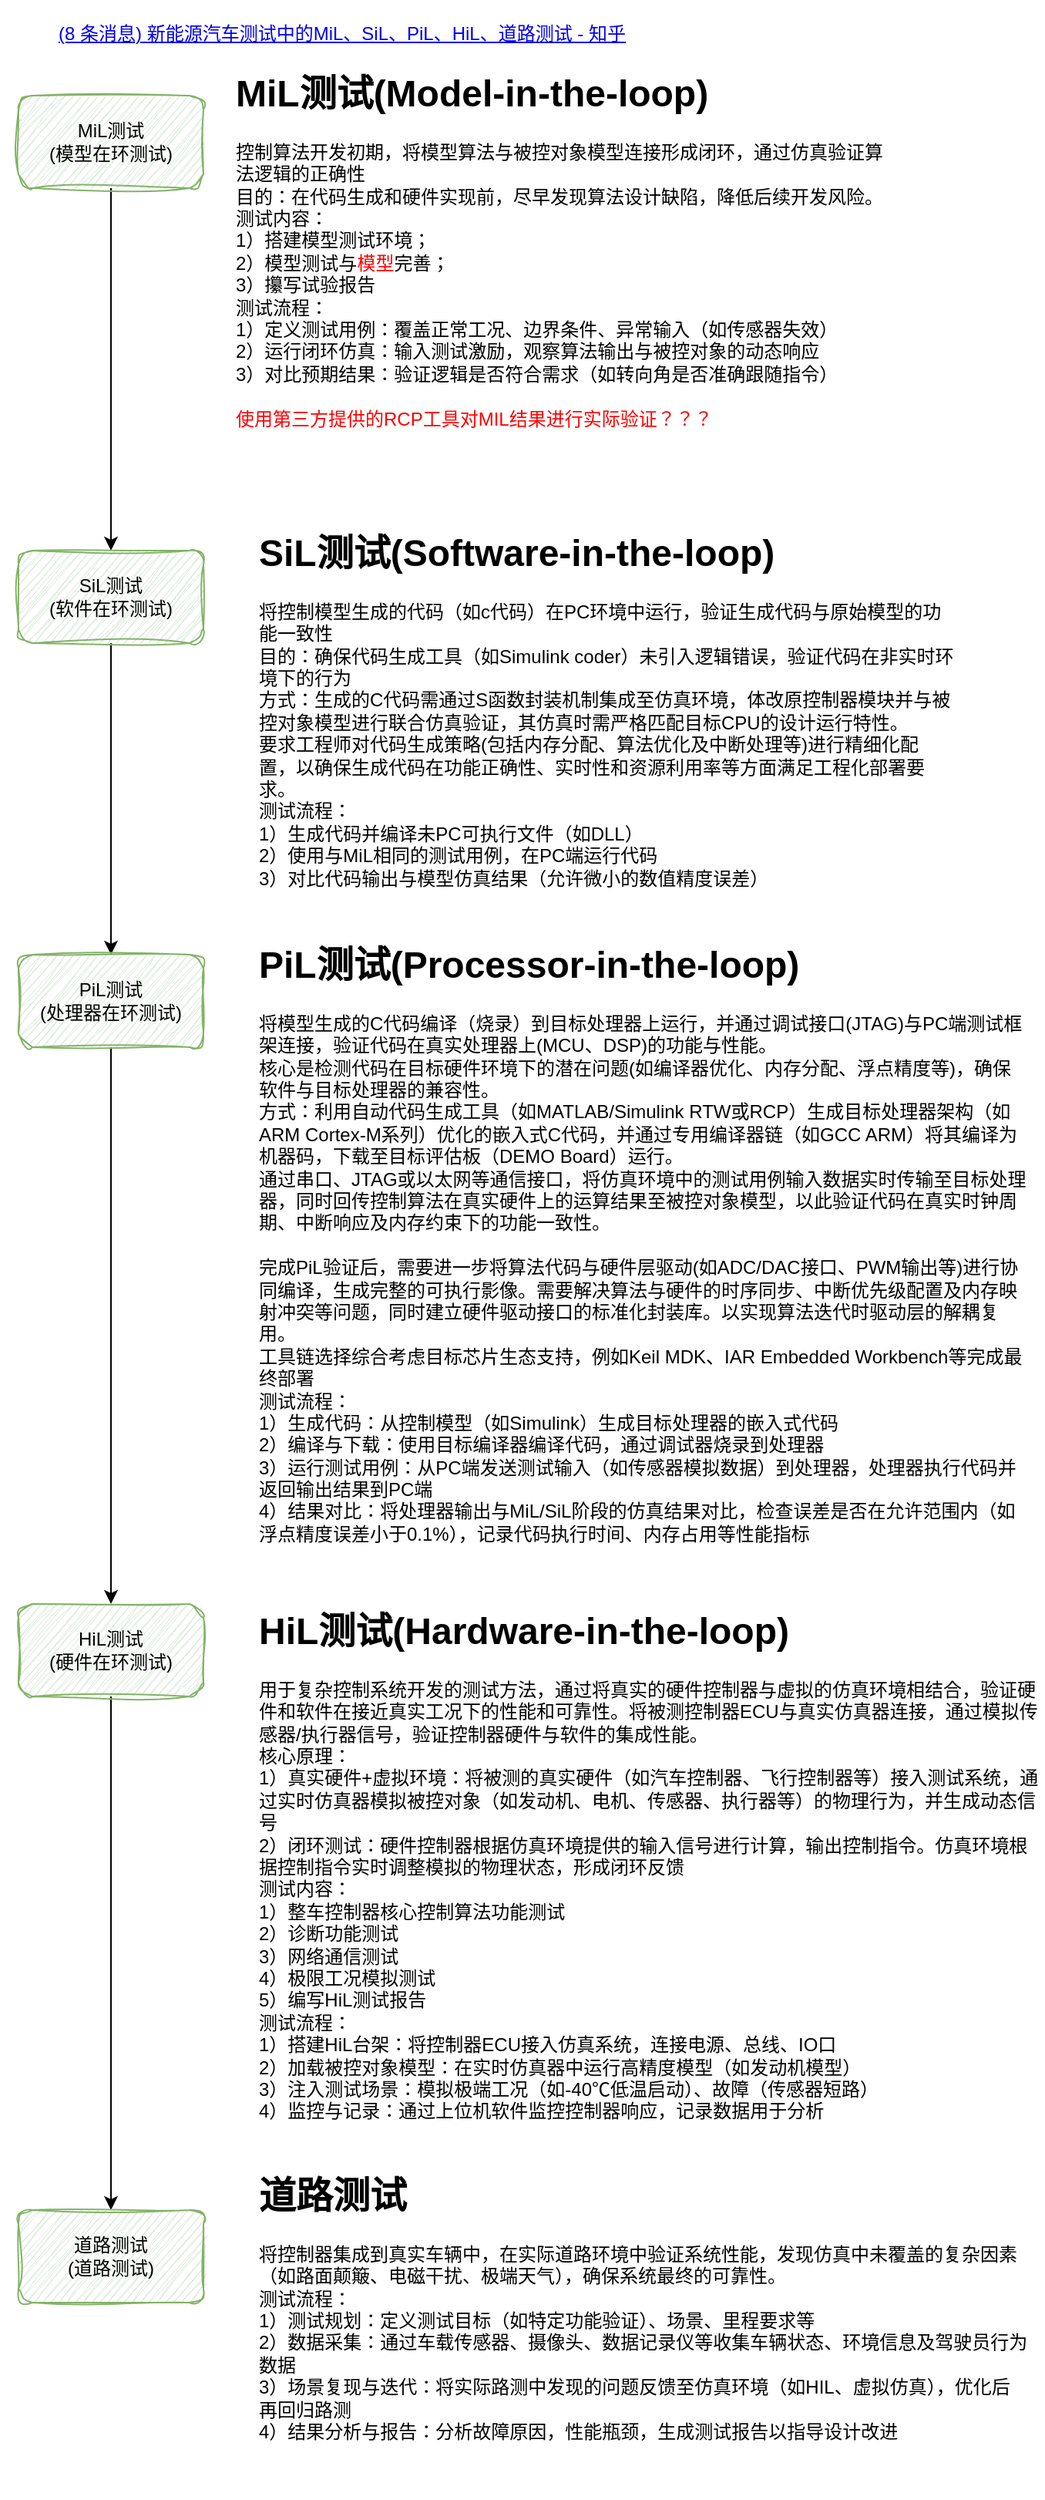
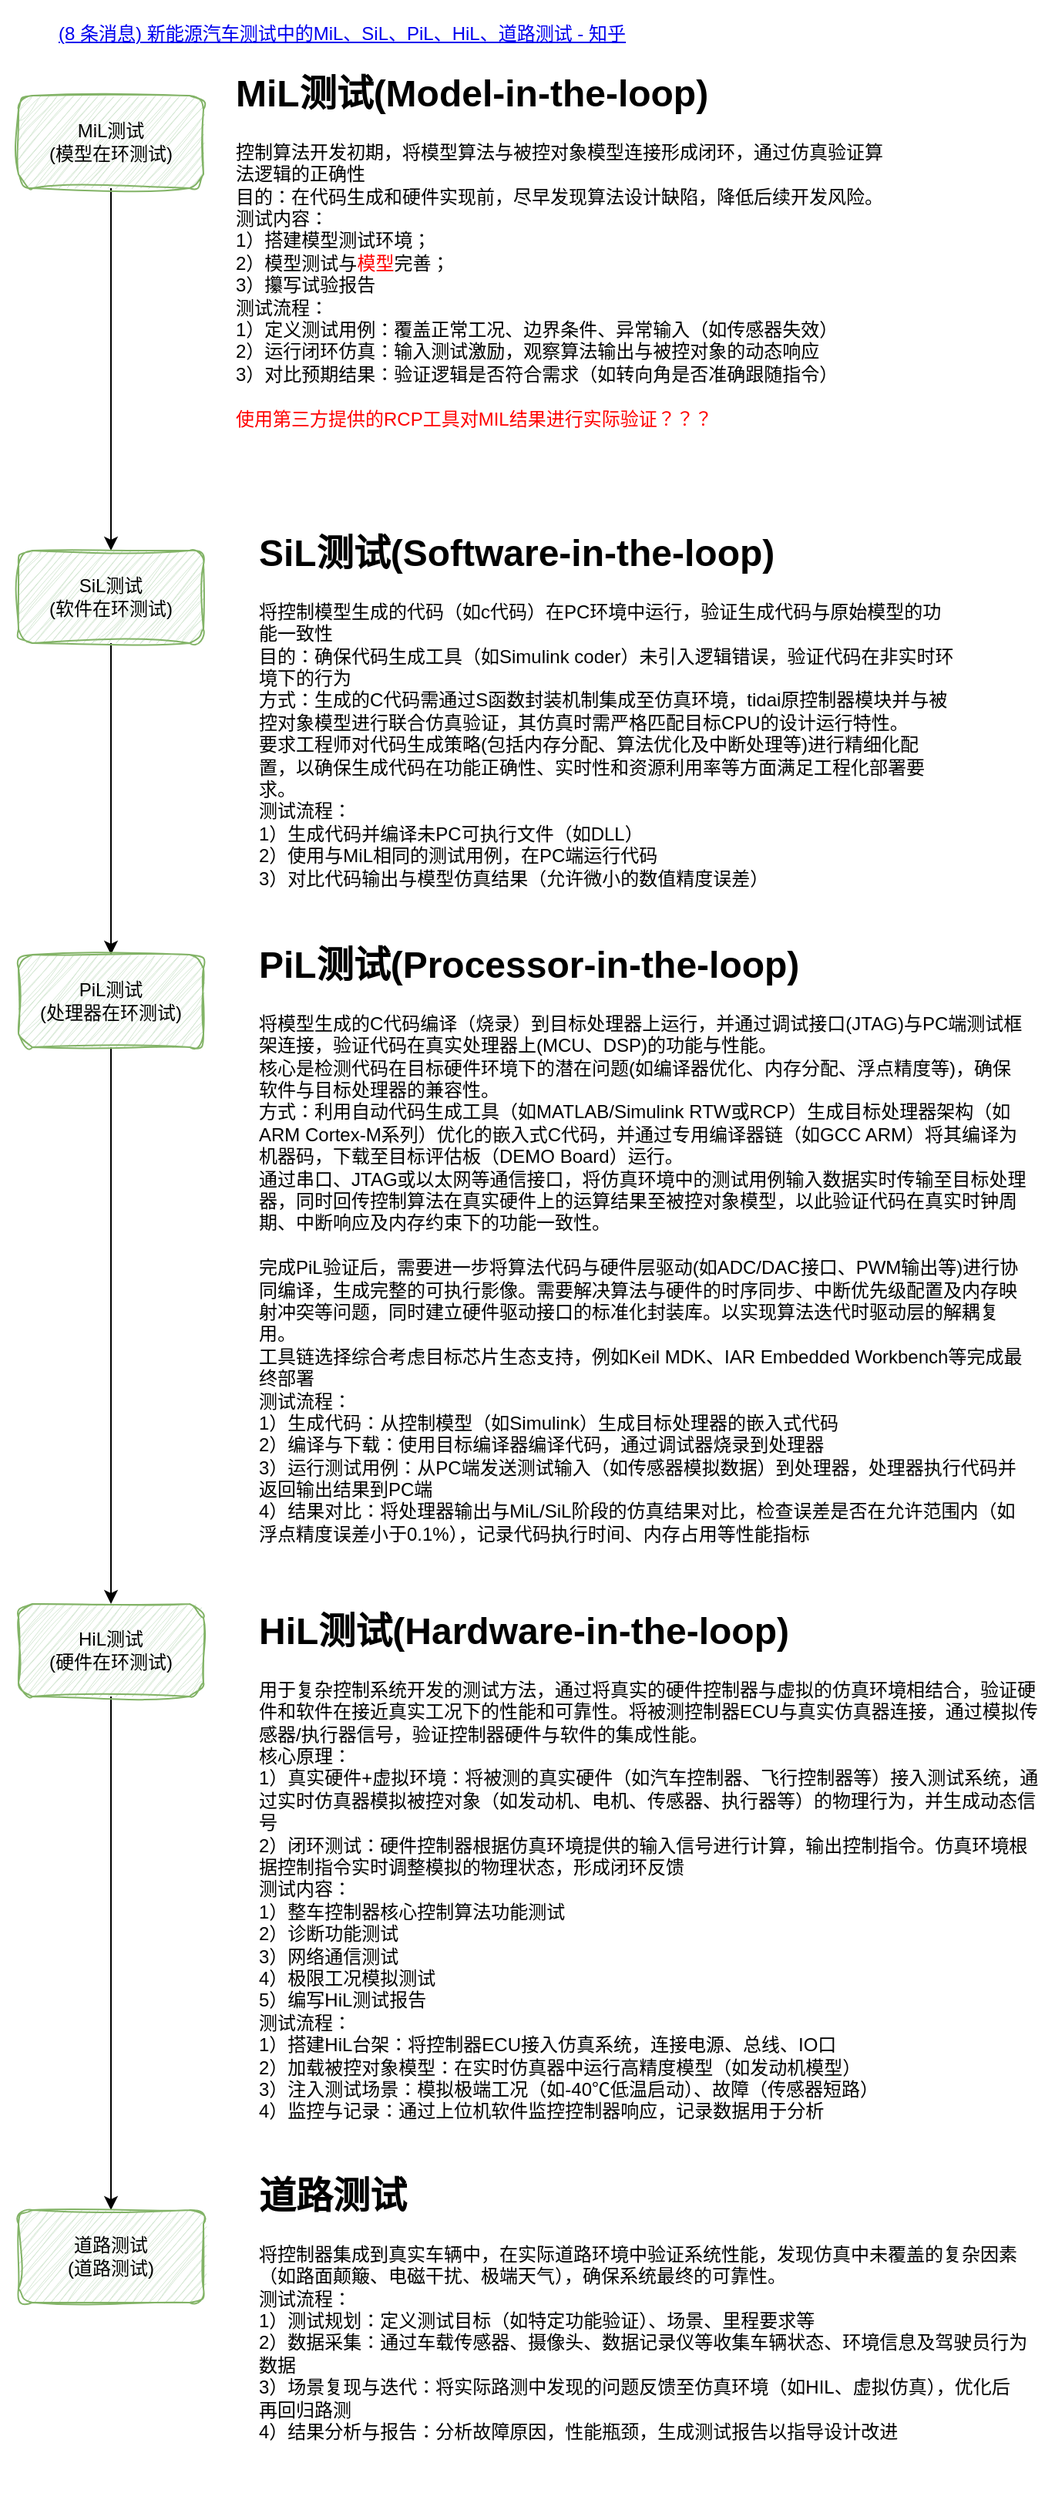
<mxfile host="app.diagrams.net">
  <diagram name="第 1 页" id="SPJzrtFJ2h2y-7jRp7m4">
    <mxGraphModel dx="754" dy="1139" grid="0" gridSize="10" guides="1" tooltips="1" connect="1" arrows="1" fold="1" page="1" pageScale="1" pageWidth="827" pageHeight="1169" math="0" shadow="0">
      <root>
        <mxCell id="0" />
        <mxCell id="1" parent="0" />
        <mxCell id="-b37v0VHe5EqFnSivpbF-16" edge="1" parent="1" source="mNEA2bSVfQqrhph_DYo6-2" style="edgeStyle=orthogonalEdgeStyle;rounded=0;orthogonalLoop=1;jettySize=auto;html=1;exitX=0.5;exitY=1;exitDx=0;exitDy=0;fontFamily=Helvetica;fontSize=12;fontColor=default;" target="mNEA2bSVfQqrhph_DYo6-3">
          <mxGeometry relative="1" as="geometry" />
        </mxCell>
        <mxCell id="mNEA2bSVfQqrhph_DYo6-2" parent="1" style="rounded=1;whiteSpace=wrap;html=1;sketch=1;curveFitting=1;jiggle=2;fillColor=#d5e8d4;strokeColor=#82b366;" value="MiL测试&lt;div&gt;(模型在环测试)&lt;/div&gt;" vertex="1">
          <mxGeometry height="60" width="120" x="41" y="240" as="geometry" />
        </mxCell>
        <mxCell id="-b37v0VHe5EqFnSivpbF-17" edge="1" parent="1" source="mNEA2bSVfQqrhph_DYo6-3" style="edgeStyle=orthogonalEdgeStyle;rounded=0;orthogonalLoop=1;jettySize=auto;html=1;exitX=0.5;exitY=1;exitDx=0;exitDy=0;fontFamily=Helvetica;fontSize=12;fontColor=default;" target="-b37v0VHe5EqFnSivpbF-9">
          <mxGeometry relative="1" as="geometry" />
        </mxCell>
        <mxCell id="mNEA2bSVfQqrhph_DYo6-3" parent="1" style="rounded=1;whiteSpace=wrap;html=1;sketch=1;curveFitting=1;jiggle=2;fillColor=#d5e8d4;strokeColor=#82b366;" value="SiL测试&lt;div&gt;(软件在环测试)&lt;/div&gt;" vertex="1">
          <mxGeometry height="60" width="120" x="41" y="535" as="geometry" />
        </mxCell>
        <UserObject label="&#xa;&lt;a href=&quot;https://zhuanlan.zhihu.com/p/1903753229029839860&quot;&gt;(8 条消息) 新能源汽车测试中的MiL、SiL、PiL、HiL、道路测试 - 知乎&lt;/a&gt;&#xa;&#xa;" link="&#xa;&lt;a href=&quot;https://zhuanlan.zhihu.com/p/1903753229029839860&quot;&gt;(8 条消息) 新能源汽车测试中的MiL、SiL、PiL、HiL、道路测试 - 知乎&lt;/a&gt;&#xa;&#xa;" id="-b37v0VHe5EqFnSivpbF-1">
          <mxCell parent="1" style="text;html=1;whiteSpace=wrap;strokeColor=none;fillColor=none;align=center;verticalAlign=middle;rounded=0;fontFamily=Helvetica;fontSize=12;fontColor=default;" vertex="1">
            <mxGeometry height="6" width="444" x="29" y="204" as="geometry" />
          </mxCell>
        </UserObject>
        <mxCell id="-b37v0VHe5EqFnSivpbF-7" parent="1" style="text;html=1;whiteSpace=wrap;overflow=hidden;rounded=0;fontFamily=Helvetica;fontSize=12;fontColor=default;" value="&lt;h1 style=&quot;margin-top: 0px;&quot;&gt;MiL测试(Model-in-the-loop)&lt;br&gt;&lt;/h1&gt;&lt;div&gt;控制算法开发初期，将模型算法与被控对象模型连接形成闭环，通过仿真验证算法逻辑的正确性&lt;/div&gt;&lt;div&gt;目的：在代码生成和硬件实现前，尽早发现算法设计缺陷，降低后续开发风险。&lt;/div&gt;&lt;div&gt;测试内容：&lt;/div&gt;&lt;div&gt;1）搭建模型测试环境；&lt;/div&gt;&lt;div&gt;2）模型测试与&lt;font style=&quot;color: rgb(255, 0, 0);&quot;&gt;模型&lt;/font&gt;完善；&lt;/div&gt;&lt;div&gt;3）攥写试验报告&lt;/div&gt;&lt;div&gt;测试流程：&lt;/div&gt;&lt;div&gt;1）定义测试用例：覆盖正常工况、边界条件、异常输入（如传感器失效）&lt;/div&gt;&lt;div&gt;2）运行闭环仿真：输入测试激励，观察算法输出与被控对象的动态响应&lt;br&gt;&lt;/div&gt;&lt;div&gt;3）对比预期结果：验证逻辑是否符合需求（如转向角是否准确跟随指令）&lt;br&gt;&lt;/div&gt;&lt;div&gt;&lt;br&gt;&lt;/div&gt;&lt;div&gt;&lt;font style=&quot;color: rgb(255, 0, 0);&quot;&gt;使用第三方提供的RCP工具对MIL结果进行实际验证？？？&lt;/font&gt;&lt;/div&gt;" vertex="1">
          <mxGeometry height="281.5" width="424" x="180" y="217.5" as="geometry" />
        </mxCell>
-         <mxCell id="-b37v0VHe5EqFnSivpbF-8" parent="1" style="text;html=1;whiteSpace=wrap;overflow=hidden;rounded=0;fontFamily=Helvetica;fontSize=12;fontColor=default;" value="&lt;h1 style=&quot;margin-top: 0px;&quot;&gt;SiL测试(Software-in-the-loop)&lt;/h1&gt;&lt;div&gt;将控制模型生成的代码（如c代码）在PC环境中运行，验证生成代码与原始模型的功能一致性&lt;/div&gt;&lt;div&gt;目的：确保代码生成工具（如Simulink coder）未引入逻辑错误，验证代码在非实时环境下的行为&lt;/div&gt;&lt;div&gt;方式：生成的C代码需通过S函数封装机制集成至仿真环境，体改原控制器模块并与被控对象模型进行联合仿真验证，其仿真时需严格匹配目标CPU的设计运行特性。&lt;/div&gt;&lt;div&gt;要求工程师对代码生成策略(包括内存分配、算法优化及中断处理等)进行精细化配置，以确保生成代码在功能正确性、实时性和资源利用率等方面满足工程化部署要求。&lt;/div&gt;&lt;div&gt;测试流程：&lt;/div&gt;&lt;div&gt;1）生成代码并编译未PC可执行文件（如DLL）&lt;/div&gt;&lt;div&gt;2）使用与MiL相同的测试用例，在PC端运行代码&lt;/div&gt;&lt;div&gt;3）对比代码输出与模型仿真结果（允许微小的数值精度误差）&lt;/div&gt;&lt;div&gt;&lt;br&gt;&lt;/div&gt;&lt;div&gt;&lt;br&gt;&lt;/div&gt;&lt;div&gt;&lt;br&gt;&lt;/div&gt;&lt;div&gt;&lt;br&gt;&lt;/div&gt;" vertex="1">
+         <mxCell id="-b37v0VHe5EqFnSivpbF-8" parent="1" style="text;html=1;whiteSpace=wrap;overflow=hidden;rounded=0;fontFamily=Helvetica;fontSize=12;fontColor=default;" value="&lt;h1 style=&quot;margin-top: 0px;&quot;&gt;SiL测试(Software-in-the-loop)&lt;/h1&gt;&lt;div&gt;将控制模型生成的代码（如c代码）在PC环境中运行，验证生成代码与原始模型的功能一致性&lt;/div&gt;&lt;div&gt;目的：确保代码生成工具（如Simulink coder）未引入逻辑错误，验证代码在非实时环境下的行为&lt;/div&gt;&lt;div&gt;方式：生成的C代码需通过S函数封装机制集成至仿真环境，tidai原控制器模块并与被控对象模型进行联合仿真验证，其仿真时需严格匹配目标CPU的设计运行特性。&lt;/div&gt;&lt;div&gt;要求工程师对代码生成策略(包括内存分配、算法优化及中断处理等)进行精细化配置，以确保生成代码在功能正确性、实时性和资源利用率等方面满足工程化部署要求。&lt;/div&gt;&lt;div&gt;测试流程：&lt;/div&gt;&lt;div&gt;1）生成代码并编译未PC可执行文件（如DLL）&lt;/div&gt;&lt;div&gt;2）使用与MiL相同的测试用例，在PC端运行代码&lt;/div&gt;&lt;div&gt;3）对比代码输出与模型仿真结果（允许微小的数值精度误差）&lt;/div&gt;&lt;div&gt;&lt;br&gt;&lt;/div&gt;&lt;div&gt;&lt;br&gt;&lt;/div&gt;&lt;div&gt;&lt;br&gt;&lt;/div&gt;&lt;div&gt;&lt;br&gt;&lt;/div&gt;" vertex="1">
          <mxGeometry height="243" width="453" x="195" y="516" as="geometry" />
        </mxCell>
        <mxCell id="-b37v0VHe5EqFnSivpbF-18" edge="1" parent="1" source="-b37v0VHe5EqFnSivpbF-9" style="edgeStyle=orthogonalEdgeStyle;rounded=0;orthogonalLoop=1;jettySize=auto;html=1;exitX=0.5;exitY=1;exitDx=0;exitDy=0;fontFamily=Helvetica;fontSize=12;fontColor=default;" target="-b37v0VHe5EqFnSivpbF-11">
          <mxGeometry relative="1" as="geometry" />
        </mxCell>
        <mxCell id="-b37v0VHe5EqFnSivpbF-9" parent="1" style="rounded=1;whiteSpace=wrap;html=1;sketch=1;curveFitting=1;jiggle=2;fillColor=#d5e8d4;strokeColor=#82b366;" value="PiL测试&lt;div&gt;(处理器在环测试)&lt;/div&gt;" vertex="1">
          <mxGeometry height="60" width="120" x="41" y="797" as="geometry" />
        </mxCell>
        <mxCell id="-b37v0VHe5EqFnSivpbF-10" parent="1" style="text;html=1;whiteSpace=wrap;overflow=hidden;rounded=0;fontFamily=Helvetica;fontSize=12;fontColor=default;" value="&lt;h1 style=&quot;margin-top: 0px;&quot;&gt;PiL测试(Processor-in-the-loop)&lt;/h1&gt;&lt;div&gt;将模型生成的C代码编译（烧录）到目标处理器上运行，并通过调试接口(JTAG)与PC端测试框架连接，验证代码在真实处理器上(MCU、DSP&lt;span style=&quot;background-color: transparent; color: light-dark(rgb(0, 0, 0), rgb(255, 255, 255));&quot;&gt;)的功能与性能。&lt;/span&gt;&lt;/div&gt;&lt;div&gt;&lt;span style=&quot;background-color: transparent; color: light-dark(rgb(0, 0, 0), rgb(255, 255, 255));&quot;&gt;核心是检测代码在目标硬件环境下的潜在问题(如编译器优化、内存分配、浮点精度等)，确保软件与目标处理器的兼容性。&lt;/span&gt;&lt;/div&gt;&lt;div&gt;&lt;span style=&quot;background-color: transparent; color: light-dark(rgb(0, 0, 0), rgb(255, 255, 255));&quot;&gt;方式：利用自动代码生成工具（如MATLAB/Simulink RTW或RCP）生成目标处理器架构（如ARM Cortex-M系列）优化的嵌入式C代码，并通过专用编译器链（如GCC ARM）将其编译为机器码，下载至目标评估板（DEMO Board）运行。&lt;/span&gt;&lt;/div&gt;&lt;div&gt;&lt;span style=&quot;background-color: transparent; color: light-dark(rgb(0, 0, 0), rgb(255, 255, 255));&quot;&gt;通过串口、JTAG或以太网等通信接口，将仿真环境中的测试用例输入数据实时传输至目标处理器，同时回传控制算法在真实硬件上的运算结果至被控对象模型，以此验证代码在真实时钟周期、中断响应及内存约束下的功能一致性。&lt;/span&gt;&lt;/div&gt;&lt;div&gt;&lt;span style=&quot;background-color: transparent; color: light-dark(rgb(0, 0, 0), rgb(255, 255, 255));&quot;&gt;&lt;br&gt;&lt;/span&gt;&lt;/div&gt;&lt;div&gt;完成PiL验证后，需要进一步将算法代码与硬件层驱动(如ADC/DAC接口、PWM输出等)进行协同编译，生成完整的可执行影像。需要解决算法与硬件的时序同步、中断优先级配置及内存映射冲突等问题，同时建立硬件驱动接口的标准化封装库。以实现算法迭代时驱动层的解耦复用。&lt;/div&gt;&lt;div&gt;工具链选择综合考虑目标芯片生态支持，例如Keil MDK、IAR Embedded Workbench等完成最终部署&lt;/div&gt;&lt;div&gt;&lt;span style=&quot;background-color: transparent; color: light-dark(rgb(0, 0, 0), rgb(255, 255, 255));&quot;&gt;测试流程：&lt;/span&gt;&lt;/div&gt;&lt;div&gt;&lt;span style=&quot;background-color: transparent; color: light-dark(rgb(0, 0, 0), rgb(255, 255, 255));&quot;&gt;1）生成代码：从控制模型（如Simulink）生成目标处理器的嵌入式代码&lt;/span&gt;&lt;/div&gt;&lt;div&gt;&lt;span style=&quot;background-color: transparent; color: light-dark(rgb(0, 0, 0), rgb(255, 255, 255));&quot;&gt;2）编译与下载：使用目标编译器编译代码，通过调试器烧录到处理器&lt;/span&gt;&lt;/div&gt;&lt;div&gt;&lt;span style=&quot;background-color: transparent; color: light-dark(rgb(0, 0, 0), rgb(255, 255, 255));&quot;&gt;3）运行测试用例：从PC端发送测试输入（如传感器模拟数据）到处理器，处理器执行代码并返回输出结果到PC端&lt;/span&gt;&lt;/div&gt;&lt;div&gt;&lt;span style=&quot;background-color: transparent; color: light-dark(rgb(0, 0, 0), rgb(255, 255, 255));&quot;&gt;4）结果对比：将处理器输出与MiL/SiL阶段的仿真结果对比，检查误差是否在允许范围内（如浮点精度误差小于0.1%），记录代码执行时间、内存占用等性能指标&lt;/span&gt;&lt;/div&gt;&lt;div&gt;&lt;span style=&quot;background-color: transparent; color: light-dark(rgb(0, 0, 0), rgb(255, 255, 255));&quot;&gt;&lt;br&gt;&lt;/span&gt;&lt;/div&gt;" vertex="1">
          <mxGeometry height="417" width="500" x="195" y="783" as="geometry" />
        </mxCell>
        <mxCell id="-b37v0VHe5EqFnSivpbF-19" edge="1" parent="1" source="-b37v0VHe5EqFnSivpbF-11" style="edgeStyle=orthogonalEdgeStyle;rounded=0;orthogonalLoop=1;jettySize=auto;html=1;exitX=0.5;exitY=1;exitDx=0;exitDy=0;entryX=0.5;entryY=0;entryDx=0;entryDy=0;fontFamily=Helvetica;fontSize=12;fontColor=default;" target="-b37v0VHe5EqFnSivpbF-14">
          <mxGeometry relative="1" as="geometry" />
        </mxCell>
        <mxCell id="-b37v0VHe5EqFnSivpbF-11" parent="1" style="rounded=1;whiteSpace=wrap;html=1;sketch=1;curveFitting=1;jiggle=2;fillColor=#d5e8d4;strokeColor=#82b366;" value="HiL测试&lt;div&gt;(硬件在环测试)&lt;/div&gt;" vertex="1">
          <mxGeometry height="60" width="120" x="41" y="1218" as="geometry" />
        </mxCell>
        <mxCell id="-b37v0VHe5EqFnSivpbF-12" parent="1" style="text;html=1;whiteSpace=wrap;overflow=hidden;rounded=0;fontFamily=Helvetica;fontSize=12;fontColor=default;" value="&lt;h1 style=&quot;margin-top: 0px;&quot;&gt;HiL测试(Hardware-in-the-loop)&lt;/h1&gt;&lt;div&gt;用于复杂控制系统开发的测试方法，通过将真实的硬件控制器与虚拟的仿真环境相结合，验证硬件和软件在接近真实工况下的性能和可靠性。将被测控制器ECU与真实仿真器连接，通过模拟传感器/执行器信号，验证控制器硬件与软件的集成性能。&lt;/div&gt;&lt;div&gt;核心原理：&lt;/div&gt;&lt;div&gt;1）真实硬件+虚拟环境：将被测的真实硬件（如汽车控制器、飞行控制器等）接入测试系统，通过实时仿真器模拟被控对象（如发动机、电机、传感器、执行器等）的物理行为，并生成动态信号&lt;/div&gt;&lt;div&gt;2）闭环测试：硬件控制器根据仿真环境提供的输入信号进行计算，输出控制指令。仿真环境根据控制指令实时调整模拟的物理状态，形成闭环反馈&lt;/div&gt;&lt;div&gt;测试内容：&lt;/div&gt;&lt;div&gt;1）整车控制器核心控制算法功能测试&lt;/div&gt;&lt;div&gt;2）诊断功能测试&lt;/div&gt;&lt;div&gt;3）网络通信测试&lt;/div&gt;&lt;div&gt;4）极限工况模拟测试&lt;/div&gt;&lt;div&gt;5）编写HiL测试报告&lt;/div&gt;&lt;div&gt;测试流程：&lt;/div&gt;&lt;div&gt;1）搭建HiL台架：将控制器ECU接入仿真系统，连接电源、总线、IO口&lt;/div&gt;&lt;div&gt;2）加载被控对象模型：在实时仿真器中运行高精度模型（如发动机模型）&lt;/div&gt;&lt;div&gt;3）注入测试场景：模拟极端工况（如-40℃低温启动）、故障（传感器短路）&lt;/div&gt;&lt;div&gt;4）监控与记录：通过上位机软件监控控制器响应，记录数据用于分析&lt;/div&gt;&lt;div&gt;&lt;br&gt;&lt;/div&gt;" vertex="1">
          <mxGeometry height="346" width="511" x="195" y="1215" as="geometry" />
        </mxCell>
        <mxCell id="-b37v0VHe5EqFnSivpbF-14" parent="1" style="rounded=1;whiteSpace=wrap;html=1;sketch=1;curveFitting=1;jiggle=2;fillColor=#d5e8d4;strokeColor=#82b366;" value="道路测试&lt;div&gt;(道路测试)&lt;/div&gt;" vertex="1">
          <mxGeometry height="60" width="120" x="41" y="1611" as="geometry" />
        </mxCell>
        <mxCell id="-b37v0VHe5EqFnSivpbF-15" parent="1" style="text;html=1;whiteSpace=wrap;overflow=hidden;rounded=0;fontFamily=Helvetica;fontSize=12;fontColor=default;" value="&lt;h1 style=&quot;margin-top: 0px;&quot;&gt;道路测试&lt;/h1&gt;&lt;div&gt;将控制器集成到真实车辆中，在实际道路环境中验证系统性能，发现仿真中未覆盖的复杂因素（如路面颠簸、电磁干扰、极端天气），确保系统最终的可靠性。&lt;/div&gt;&lt;div&gt;测试流程：&lt;/div&gt;&lt;div&gt;1）测试规划：定义测试目标（如特定功能验证）、场景、里程要求等&lt;/div&gt;&lt;div&gt;2）数据采集：通过车载传感器、摄像头、数据记录仪等收集车辆状态、环境信息及驾驶员行为数据&lt;/div&gt;&lt;div&gt;3）场景复现与迭代：将实际路测中发现的问题反馈至仿真环境（如HIL、虚拟仿真），优化后再回归路测&lt;/div&gt;&lt;div&gt;4）结果分析与报告：分析故障原因，性能瓶颈，生成测试报告以指导设计改进&lt;/div&gt;&lt;div&gt;&lt;br&gt;&lt;/div&gt;&lt;div&gt;&lt;br&gt;&lt;/div&gt;" vertex="1">
          <mxGeometry height="214" width="501" x="195" y="1581" as="geometry" />
        </mxCell>
      </root>
    </mxGraphModel>
  </diagram>
</mxfile>
